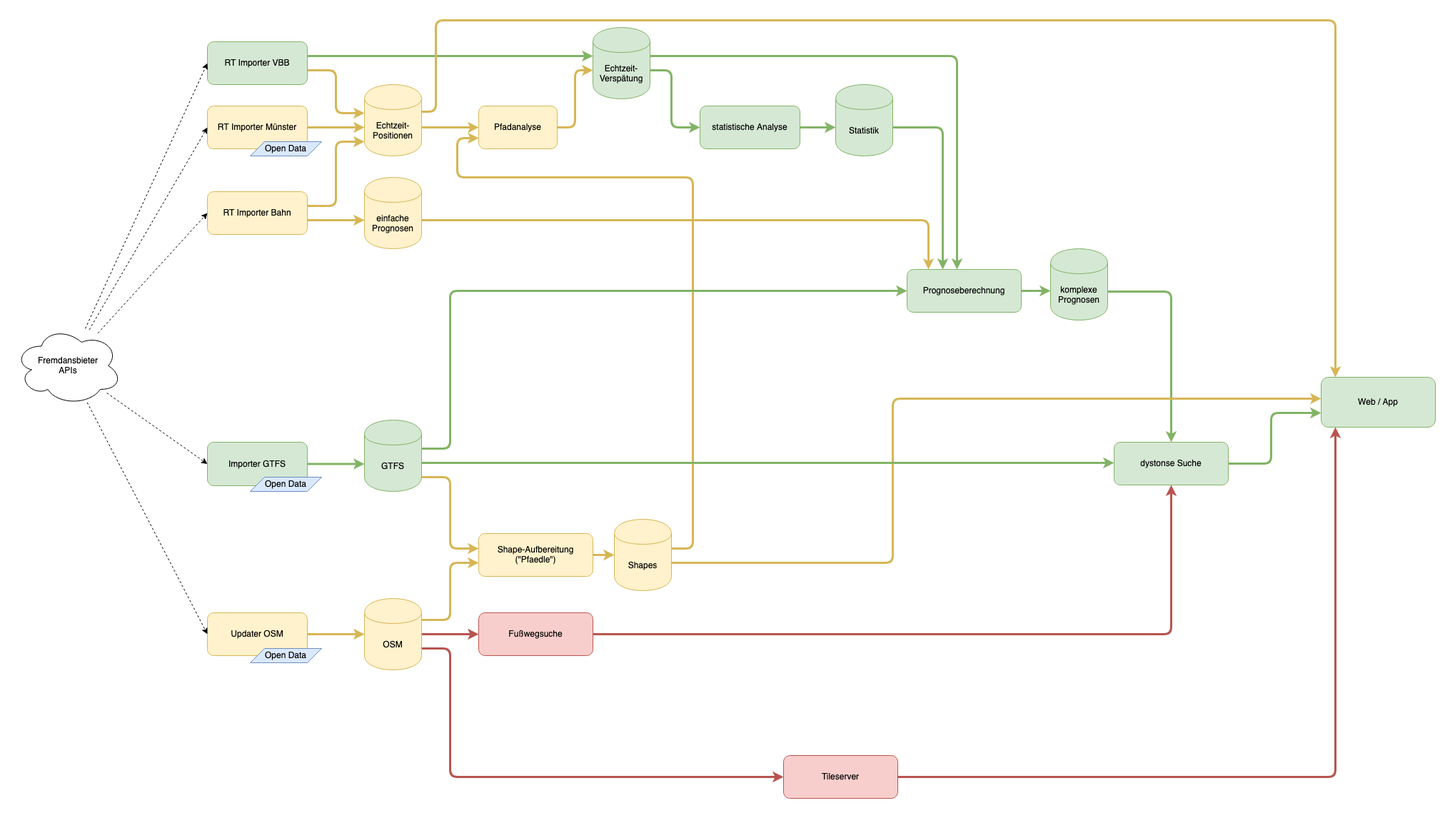
This is project-status/Dystonse Komponenten.png from dystonse/dystonse, a draw.io export, as it was before one commit. Source tidied: cells renumbered, new cells last; positions are measured from the earlier drawing's top-left corner, leaving out a move shared by most shapes.
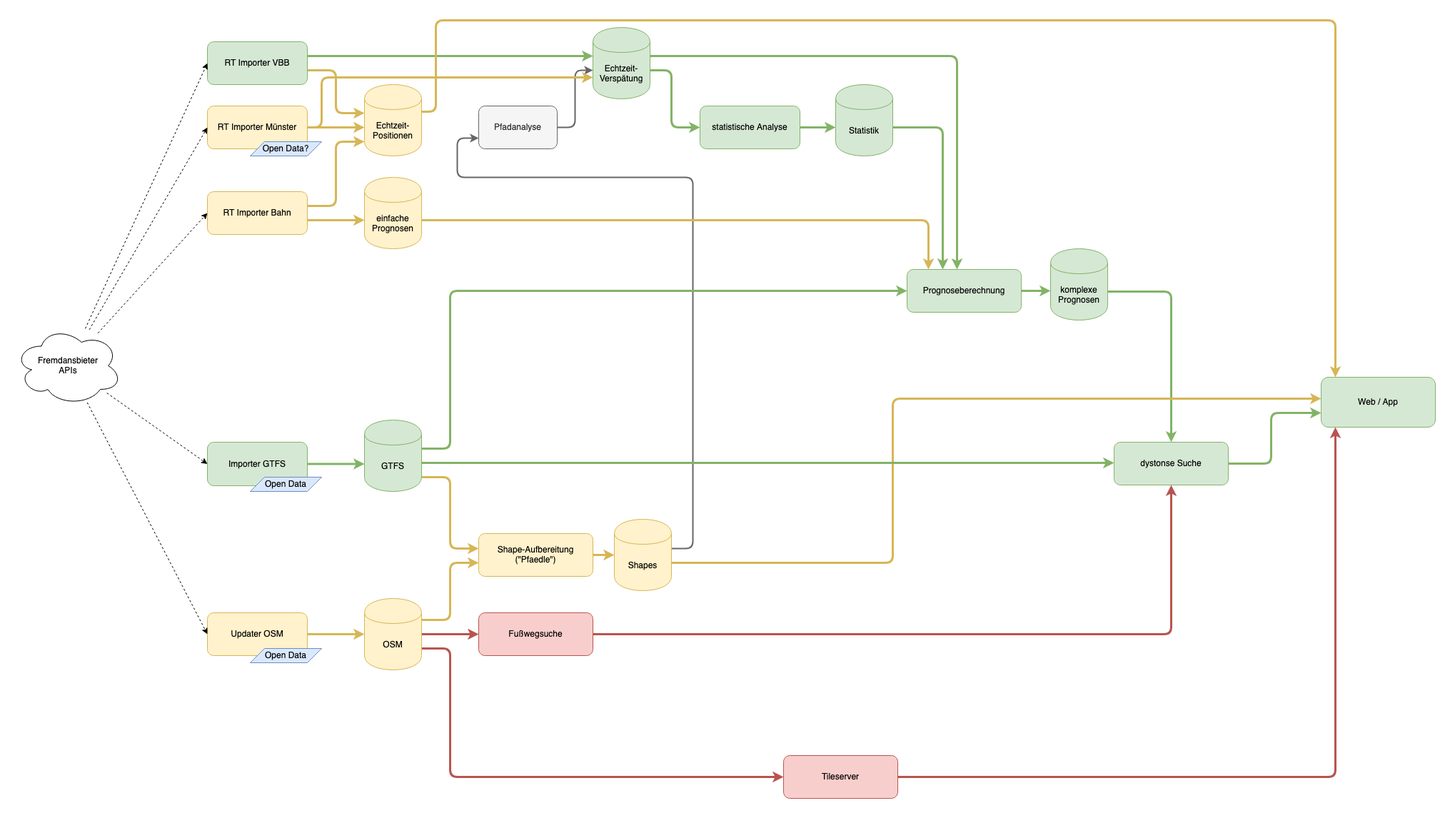
After the change.

Diff of the diagram source:
```diff
@@ -10,14 +10,6 @@
         </Array>
       </mxGeometry>
     </mxCell>
-    <mxCell id="3" style="edgeStyle=orthogonalEdgeStyle;rounded=1;jettySize=auto;html=1;entryX=0;entryY=0.5;entryDx=0;entryDy=0;fillColor=#fff2cc;strokeColor=#d6b656;strokeWidth=3;" parent="1" edge="1" source="4" target="33">
-      <mxGeometry relative="1" as="geometry">
-        <Array as="points">
-          <mxPoint x="590" y="150" />
-          <mxPoint x="590" y="150" />
-        </Array>
-      </mxGeometry>
-    </mxCell>
     <mxCell id="4" value="&lt;div&gt;Echtzeit-Positionen&lt;/div&gt;" style="shape=cylinder;whiteSpace=wrap;html=1;boundedLbl=1;backgroundOutline=1;fillColor=#fff2cc;strokeColor=#d6b656;" parent="1" vertex="1">
       <mxGeometry x="490" y="90" width="80" height="100" as="geometry" />
     </mxCell>
@@ -119,7 +111,7 @@
     <mxCell id="22" value="&lt;div&gt;Shape-Aufbereitung&lt;br&gt;&lt;/div&gt;&lt;div&gt;(&quot;Pfaedle&quot;)&lt;/div&gt;" style="rounded=1;whiteSpace=wrap;html=1;fillColor=#fff2cc;strokeColor=#d6b656;" parent="1" vertex="1">
       <mxGeometry x="650" y="719" width="160" height="60" as="geometry" />
     </mxCell>
-    <mxCell id="23" style="rounded=1;jettySize=auto;html=1;entryX=0;entryY=0.75;entryDx=0;entryDy=0;edgeStyle=orthogonalEdgeStyle;fillColor=#fff2cc;strokeColor=#d6b656;strokeWidth=3;" parent="1" edge="1" source="25" target="33">
+    <mxCell id="23" style="rounded=1;jettySize=auto;html=1;entryX=0;entryY=0.75;entryDx=0;entryDy=0;edgeStyle=orthogonalEdgeStyle;fillColor=#f5f5f5;strokeColor=#666666;strokeWidth=2;" parent="1" edge="1" source="25" target="33">
       <mxGeometry relative="1" as="geometry">
         <Array as="points">
           <mxPoint x="950" y="740" />
@@ -177,7 +169,7 @@
     <mxCell id="31" value="Importer GTFS" style="rounded=1;whiteSpace=wrap;html=1;fillColor=#d5e8d4;strokeColor=#82b366;" parent="1" vertex="1">
       <mxGeometry x="270" y="591" width="140" height="61" as="geometry" />
     </mxCell>
-    <mxCell id="32" style="edgeStyle=orthogonalEdgeStyle;rounded=1;jettySize=auto;html=1;fillColor=#fff2cc;strokeColor=#d6b656;strokeWidth=3;" parent="1" edge="1" source="33" target="39">
+    <mxCell id="32" style="edgeStyle=orthogonalEdgeStyle;rounded=1;jettySize=auto;html=1;fillColor=#f5f5f5;strokeColor=#666666;strokeWidth=2;" parent="1" edge="1" source="33" target="39">
       <mxGeometry relative="1" as="geometry">
         <Array as="points">
           <mxPoint x="785" y="150" />
@@ -185,7 +177,7 @@
         </Array>
       </mxGeometry>
     </mxCell>
-    <mxCell id="33" value="&lt;div&gt;Pfadanalyse&lt;/div&gt;" style="rounded=1;whiteSpace=wrap;html=1;fillColor=#fff2cc;strokeColor=#d6b656;" parent="1" vertex="1">
+    <mxCell id="33" value="&lt;div&gt;Pfadanalyse&lt;/div&gt;" style="rounded=1;whiteSpace=wrap;html=1;fillColor=#f5f5f5;strokeColor=#666666;fontColor=#333333;" parent="1" vertex="1">
       <mxGeometry x="650" y="120" width="110" height="60" as="geometry" />
     </mxCell>
     <mxCell id="34" style="edgeStyle=orthogonalEdgeStyle;rounded=1;jettySize=auto;html=1;fillColor=#d5e8d4;strokeColor=#82b366;strokeWidth=3;" parent="1" edge="1" source="35" target="12">
@@ -276,6 +268,14 @@
     <mxCell id="50" value="&lt;div&gt;einfache Prognosen&lt;/div&gt;" style="shape=cylinder;whiteSpace=wrap;html=1;boundedLbl=1;backgroundOutline=1;fillColor=#fff2cc;strokeColor=#d6b656;" parent="1" vertex="1">
       <mxGeometry x="490" y="220" width="80" height="100" as="geometry" />
     </mxCell>
+    <mxCell id="61" style="edgeStyle=orthogonalEdgeStyle;rounded=1;jettySize=auto;html=1;strokeColor=#d6b656;strokeWidth=3;fillColor=#fff2cc;" parent="1" edge="1" source="51" target="39">
+      <mxGeometry relative="1" as="geometry">
+        <Array as="points">
+          <mxPoint x="430" y="150" />
+          <mxPoint x="430" y="80" />
+        </Array>
+      </mxGeometry>
+    </mxCell>
     <mxCell id="51" value="RT Importer Münster" style="rounded=1;whiteSpace=wrap;html=1;fillColor=#fff2cc;strokeColor=#d6b656;" parent="1" vertex="1">
       <mxGeometry x="270" y="120" width="140" height="60" as="geometry" />
     </mxCell>
@@ -297,7 +297,7 @@
     <mxCell id="57" value="&lt;div&gt;Fremdansbieter&lt;/div&gt;&lt;div&gt;APIs&lt;br&gt;&lt;/div&gt;" style="ellipse;shape=cloud;whiteSpace=wrap;html=1;" parent="1" vertex="1">
       <mxGeometry y="429" width="150" height="110" as="geometry" />
     </mxCell>
-    <mxCell id="58" value="Open Data" style="shape=parallelogram;perimeter=parallelogramPerimeter;whiteSpace=wrap;html=1;fillColor=#dae8fc;strokeColor=#6c8ebf;" parent="1" vertex="1">
+    <mxCell id="58" value="Open Data?" style="shape=parallelogram;perimeter=parallelogramPerimeter;whiteSpace=wrap;html=1;fillColor=#dae8fc;strokeColor=#6c8ebf;" parent="1" vertex="1">
       <mxGeometry x="330" y="170" width="100" height="20" as="geometry" />
     </mxCell>
     <mxCell id="59" value="Open Data" style="shape=parallelogram;perimeter=parallelogramPerimeter;whiteSpace=wrap;html=1;fillColor=#dae8fc;strokeColor=#6c8ebf;" parent="1" vertex="1">
```
